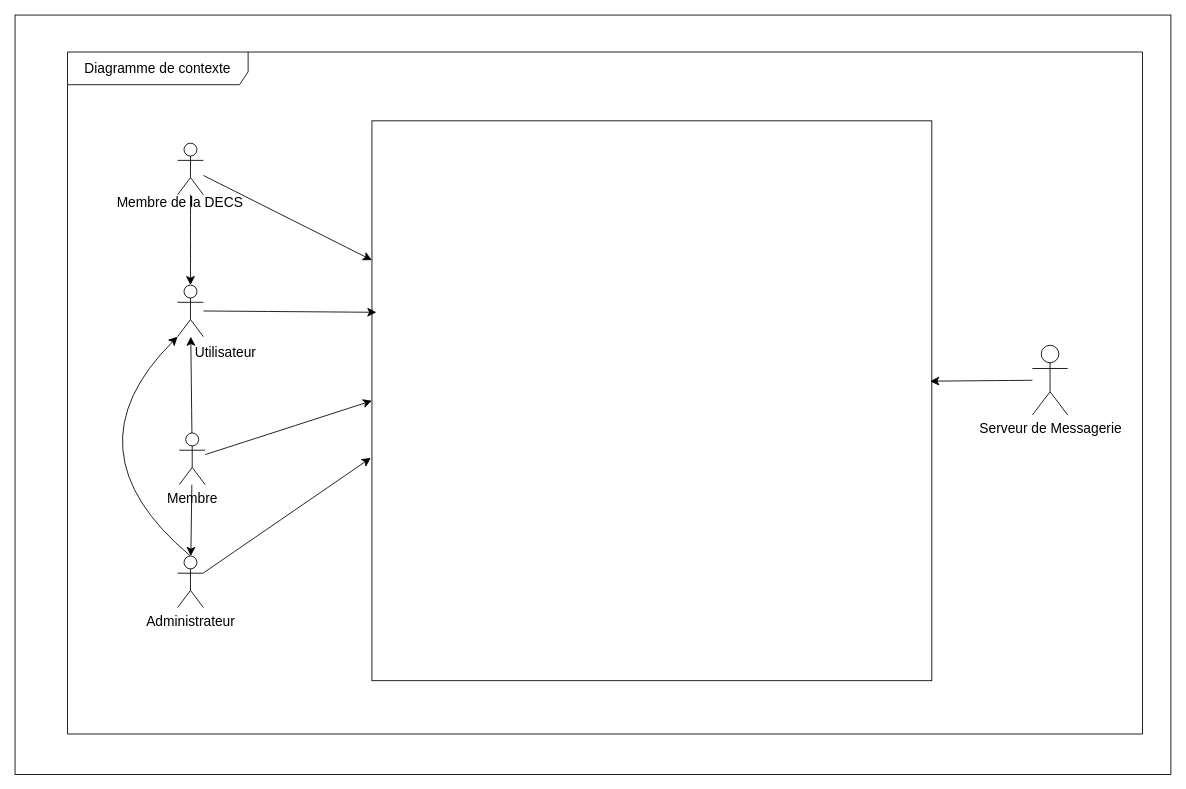
CabrelFeukeng/pp keeps this draw.io diagram as context.drawio. Above is the earlier version. Source tidied: cells renumbered, new cells numbered last; positions are measured from the earlier drawing's top-left corner, leaving out a move shared by most shapes. Both pictures are drawn from the tidied source at 86%, with x=0, y=0 at pixel (15, 15).
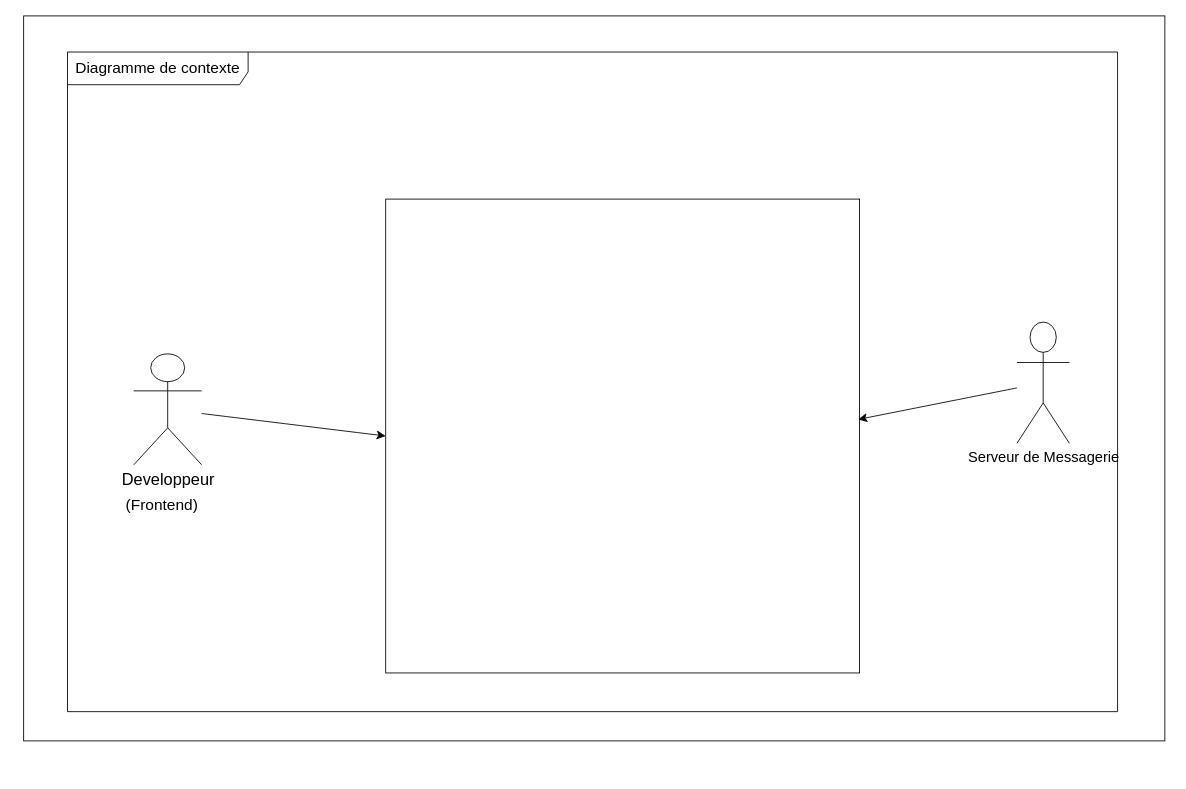
The same page after the edit.

Commit message:
Mettre à jour context.drawio

What changed in the source:
```diff
@@
-    <mxCell id="2" style="rounded=0;whiteSpace=wrap;html=1;" parent="1" vertex="1">
-      <mxGeometry width="1344" height="883" as="geometry" />
-    </mxCell>
-    <mxCell id="3" style="whiteSpace=wrap;html=1;" parent="1" vertex="1">
-      <mxGeometry x="415" y="123" width="651" height="651" as="geometry" />
-    </mxCell>
-    <mxCell id="4" style="edgeStyle=none;curved=1;rounded=0;jettySize=auto;html=1;fontSize=12;startSize=8;endSize=8;" parent="1" edge="1" source="7" target="8">
-      <mxGeometry relative="1" as="geometry" />
-    </mxCell>
-    <mxCell id="5" style="edgeStyle=none;curved=1;rounded=0;jettySize=auto;html=1;fontSize=12;startSize=8;endSize=8;" parent="1" edge="1" source="7" target="10">
-      <mxGeometry relative="1" as="geometry" />
-    </mxCell>
-    <mxCell id="6" style="edgeStyle=none;curved=1;rounded=0;jettySize=auto;html=1;entryX=0;entryY=0.5;entryDx=0;entryDy=0;fontSize=12;startSize=8;endSize=8;" parent="1" edge="1" source="7" target="3">
-      <mxGeometry relative="1" as="geometry" />
-    </mxCell>
-    <mxCell id="7" value="&lt;font style=&quot;font-size: 16px;&quot;&gt;Membre&lt;/font&gt;" style="shape=umlActor;verticalLabelPosition=bottom;verticalAlign=top;html=1;outlineConnect=0;" parent="1" vertex="1">
-      <mxGeometry x="191" y="486" width="30" height="60" as="geometry" />
-    </mxCell>
-    <mxCell id="8" style="shape=umlActor;verticalLabelPosition=bottom;verticalAlign=top;html=1;outlineConnect=0;" parent="1" vertex="1">
-      <mxGeometry x="189" y="314" width="30" height="60" as="geometry" />
-    </mxCell>
-    <mxCell id="9" style="edgeStyle=none;curved=1;rounded=0;jettySize=auto;html=1;fontSize=12;startSize=8;endSize=8;exitX=0.5;exitY=0;exitDx=0;exitDy=0;exitPerimeter=0;entryX=0;entryY=1;entryDx=0;entryDy=0;entryPerimeter=0;" parent="1" edge="1" source="10" target="8">
-      <mxGeometry relative="1" as="geometry">
-        <Array as="points">
-          <mxPoint x="57" y="506" />
-        </Array>
-      </mxGeometry>
-    </mxCell>
-    <mxCell id="10" value="&lt;font style=&quot;font-size: 16px;&quot;&gt;Administrateur&lt;/font&gt;" style="shape=umlActor;verticalLabelPosition=bottom;verticalAlign=top;html=1;outlineConnect=0;" parent="1" vertex="1">
-      <mxGeometry x="189" y="629" width="30" height="60" as="geometry" />
-    </mxCell>
-    <mxCell id="11" style="edgeStyle=none;curved=1;rounded=0;jettySize=auto;html=1;fontSize=12;startSize=8;endSize=8;" parent="1" edge="1" source="12" target="3">
-      <mxGeometry relative="1" as="geometry" />
-    </mxCell>
-    <mxCell id="12" style="shape=umlActor;verticalLabelPosition=bottom;verticalAlign=top;html=1;outlineConnect=0;" parent="1" vertex="1">
-      <mxGeometry x="189" y="149" width="30" height="60" as="geometry" />
-    </mxCell>
-    <mxCell id="13" style="edgeStyle=none;curved=1;rounded=0;jettySize=auto;html=1;entryX=0.5;entryY=0;entryDx=0;entryDy=0;entryPerimeter=0;fontSize=12;startSize=8;endSize=8;" parent="1" edge="1" source="12" target="8">
-      <mxGeometry relative="1" as="geometry" />
-    </mxCell>
-    <mxCell id="14" value="Utilisateur" style="text;html=1;align=center;verticalAlign=middle;whiteSpace=wrap;rounded=0;fontSize=16;" parent="1" vertex="1">
-      <mxGeometry x="215" y="377" width="60" height="30" as="geometry" />
-    </mxCell>
-    <mxCell id="15" style="edgeStyle=none;curved=1;rounded=0;jettySize=auto;html=1;entryX=0.008;entryY=0.342;entryDx=0;entryDy=0;entryPerimeter=0;fontSize=12;startSize=8;endSize=8;" parent="1" edge="1" source="8" target="3">
-      <mxGeometry relative="1" as="geometry" />
-    </mxCell>
-    <mxCell id="16" style="edgeStyle=none;curved=1;rounded=0;jettySize=auto;html=1;entryX=-0.002;entryY=0.602;entryDx=0;entryDy=0;entryPerimeter=0;fontSize=12;startSize=8;endSize=8;" parent="1" edge="1" source="10" target="3">
-      <mxGeometry relative="1" as="geometry" />
-    </mxCell>
+    <mxCell id="21" style="rounded=0;whiteSpace=wrap;html=1;" parent="1" vertex="1">
+      <mxGeometry x="10" y="1" width="1327" height="843" as="geometry" />
+    </mxCell>
+    <mxCell id="19" value="&lt;font style=&quot;font-size: 18px;&quot;&gt;Diagramme de contexte&lt;/font&gt;" style="shape=umlFrame;whiteSpace=wrap;html=1;width=210;height=38;" parent="1" vertex="1">
+      <mxGeometry x="61" y="43" width="1221" height="767" as="geometry" />
+    </mxCell>
+    <mxCell id="22" value="&lt;font style=&quot;font-size: 19px;&quot;&gt;Developpeur&lt;/font&gt;" style="shape=umlActor;verticalLabelPosition=bottom;verticalAlign=top;html=1;outlineConnect=0;" parent="19" vertex="1">
+      <mxGeometry x="77" y="351" width="79" height="129" as="geometry" />
+    </mxCell>
+    <mxCell id="23" value="&lt;font style=&quot;font-size: 18px;&quot;&gt;(&lt;font style=&quot;font-size: 18px;&quot;&gt;Frontend&lt;/font&gt;)&lt;/font&gt;" style="text;html=1;align=center;verticalAlign=middle;whiteSpace=wrap;rounded=0;" parent="19" vertex="1">
+      <mxGeometry x="80" y="512" width="60" height="30" as="geometry" />
+    </mxCell>
-    <mxCell id="17" value="&lt;font style=&quot;font-size: 16px;&quot;&gt;Serveur de Messagerie&lt;/font&gt;" style="shape=umlActor;verticalLabelPosition=bottom;verticalAlign=top;html=1;" parent="1" vertex="1">
-      <mxGeometry x="1183" y="384" width="41" height="81" as="geometry" />
+    <mxCell id="17" value="&lt;font style=&quot;font-size: 17px;&quot;&gt;Serveur de Messagerie&lt;/font&gt;" style="shape=umlActor;verticalLabelPosition=bottom;verticalAlign=top;html=1;" parent="19" vertex="1">
+      <mxGeometry x="1104" y="314" width="61" height="141" as="geometry" />
     </mxCell>
-    <mxCell id="18" style="edgeStyle=none;curved=1;rounded=0;jettySize=auto;html=1;entryX=0.997;entryY=0.465;entryDx=0;entryDy=0;entryPerimeter=0;fontSize=12;startSize=8;endSize=8;" parent="1" edge="1" source="17" target="3">
-      <mxGeometry relative="1" as="geometry" />
-    </mxCell>
-    <mxCell id="19" value="&lt;font style=&quot;font-size: 16px;&quot;&gt;Diagramme de contexte&lt;/font&gt;" style="shape=umlFrame;whiteSpace=wrap;html=1;width=210;height=38;" parent="1" vertex="1">
-      <mxGeometry x="61" y="43" width="1250" height="793" as="geometry" />
-    </mxCell>
-    <mxCell id="20" value="Membre de la DECS" style="text;html=1;align=center;verticalAlign=middle;whiteSpace=wrap;rounded=0;fontSize=16;" parent="19" vertex="1">
-      <mxGeometry x="51" y="160" width="160" height="30" as="geometry" />
-    </mxCell>
+    <mxCell id="24" style="whiteSpace=wrap;html=1;" parent="19" vertex="1">
+      <mxGeometry x="370" y="171" width="551" height="551" as="geometry" />
+    </mxCell>
+    <mxCell id="25" style="edgeStyle=none;curved=1;rounded=0;jettySize=auto;html=1;entryX=0;entryY=0.5;entryDx=0;entryDy=0;fontSize=12;startSize=8;endSize=8;" parent="19" edge="1" source="22" target="24">
+      <mxGeometry relative="1" as="geometry" />
+    </mxCell>
+    <mxCell id="26" style="edgeStyle=none;curved=1;rounded=0;jettySize=auto;html=1;entryX=0.997;entryY=0.465;entryDx=0;entryDy=0;entryPerimeter=0;fontSize=12;startSize=8;endSize=8;" parent="19" edge="1" source="17" target="24">
+      <mxGeometry relative="1" as="geometry" />
+    </mxCell>
```
